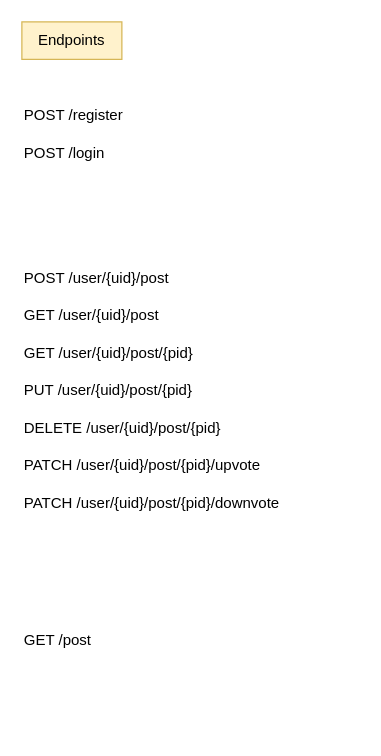
Above: page "Endpoints" (3 of 5) of Vitals.drawio in data-miner00/Vitals (draw.io), before the change. Source tidied: cells renumbered, new cells numbered last; positions are measured from the earlier drawing's top-left corner, leaving out a move shared by most shapes. Both pictures are drawn from the tidied source at 125%, with x=0, y=0 at pixel (21, 21).
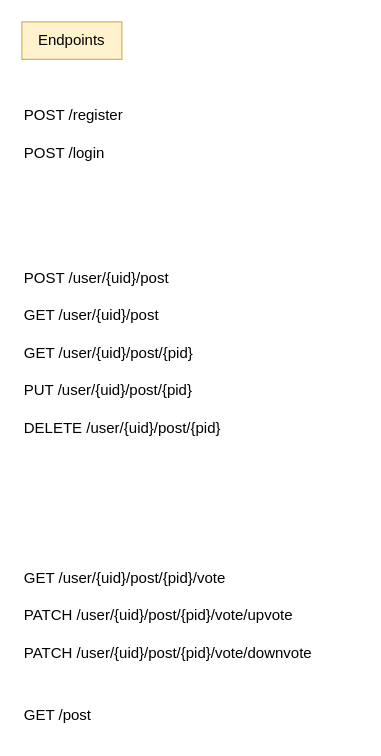
After the change.

Diff of the diagram source:
```diff
@@
 <mxGraphModel>
   <root>
     <mxCell id="0" />
     <mxCell id="1" parent="0" />
     <mxCell id="2" value="Endpoints" style="text;html=1;strokeColor=#d6b656;fillColor=#fff2cc;align=center;verticalAlign=middle;whiteSpace=wrap;rounded=0;" parent="1" vertex="1">
       <mxGeometry width="80" height="30" as="geometry" />
     </mxCell>
     <mxCell id="3" value="POST /register" style="text;html=1;strokeColor=none;fillColor=none;align=left;verticalAlign=middle;whiteSpace=wrap;rounded=0;" parent="1" vertex="1">
       <mxGeometry y="60" width="110" height="30" as="geometry" />
     </mxCell>
     <mxCell id="4" value="POST /login" style="text;html=1;strokeColor=none;fillColor=none;align=left;verticalAlign=middle;whiteSpace=wrap;rounded=0;" parent="1" vertex="1">
       <mxGeometry y="90" width="110" height="30" as="geometry" />
     </mxCell>
     <mxCell id="5" value="GET /user/{uid}/post" style="text;html=1;strokeColor=none;fillColor=none;align=left;verticalAlign=middle;whiteSpace=wrap;rounded=0;" parent="1" vertex="1">
       <mxGeometry y="220" width="130" height="30" as="geometry" />
     </mxCell>
     <mxCell id="6" value="GET /user/{uid}/post/{pid}" style="text;html=1;strokeColor=none;fillColor=none;align=left;verticalAlign=middle;whiteSpace=wrap;rounded=0;" parent="1" vertex="1">
       <mxGeometry y="250" width="200" height="30" as="geometry" />
     </mxCell>
     <mxCell id="7" value="GET /post" style="text;html=1;strokeColor=none;fillColor=none;align=left;verticalAlign=middle;whiteSpace=wrap;rounded=0;" parent="1" vertex="1">
-      <mxGeometry y="480" width="130" height="30" as="geometry" />
+      <mxGeometry y="540" width="130" height="30" as="geometry" />
     </mxCell>
     <mxCell id="8" value="PUT /user/{uid}/post/{pid}" style="text;html=1;strokeColor=none;fillColor=none;align=left;verticalAlign=middle;whiteSpace=wrap;rounded=0;" parent="1" vertex="1">
       <mxGeometry y="280" width="200" height="30" as="geometry" />
     </mxCell>
     <mxCell id="9" value="DELETE /user/{uid}/post/{pid}" style="text;html=1;strokeColor=none;fillColor=none;align=left;verticalAlign=middle;whiteSpace=wrap;rounded=0;" parent="1" vertex="1">
       <mxGeometry y="310" width="200" height="30" as="geometry" />
     </mxCell>
     <mxCell id="10" value="POST /user/{uid}/post" style="text;html=1;strokeColor=none;fillColor=none;align=left;verticalAlign=middle;whiteSpace=wrap;rounded=0;" parent="1" vertex="1">
       <mxGeometry y="190" width="130" height="30" as="geometry" />
     </mxCell>
-    <mxCell id="11" value="PATCH /user/{uid}/post/{pid}/upvote" style="text;html=1;strokeColor=none;fillColor=none;align=left;verticalAlign=middle;whiteSpace=wrap;rounded=0;" parent="1" vertex="1">
-      <mxGeometry y="340" width="200" height="30" as="geometry" />
+    <mxCell id="11" value="PATCH /user/{uid}/post/{pid}/vote/upvote" style="text;html=1;strokeColor=none;fillColor=none;align=left;verticalAlign=middle;whiteSpace=wrap;rounded=0;" parent="1" vertex="1">
+      <mxGeometry y="460" width="230" height="30" as="geometry" />
     </mxCell>
-    <mxCell id="12" value="PATCH /user/{uid}/post/{pid}/downvote" style="text;html=1;strokeColor=none;fillColor=none;align=left;verticalAlign=middle;whiteSpace=wrap;rounded=0;" parent="1" vertex="1">
-      <mxGeometry y="370" width="220" height="30" as="geometry" />
+    <mxCell id="12" value="PATCH /user/{uid}/post/{pid}/vote/downvote" style="text;html=1;strokeColor=none;fillColor=none;align=left;verticalAlign=middle;whiteSpace=wrap;rounded=0;" parent="1" vertex="1">
+      <mxGeometry y="490" width="270" height="30" as="geometry" />
     </mxCell>
+    <mxCell id="13" value="GET /user/{uid}/post/{pid}/vote" style="text;html=1;strokeColor=none;fillColor=none;align=left;verticalAlign=middle;whiteSpace=wrap;rounded=0;" parent="1" vertex="1">
+      <mxGeometry y="430" width="230" height="30" as="geometry" />
+    </mxCell>
   </root>
 </mxGraphModel>
```
